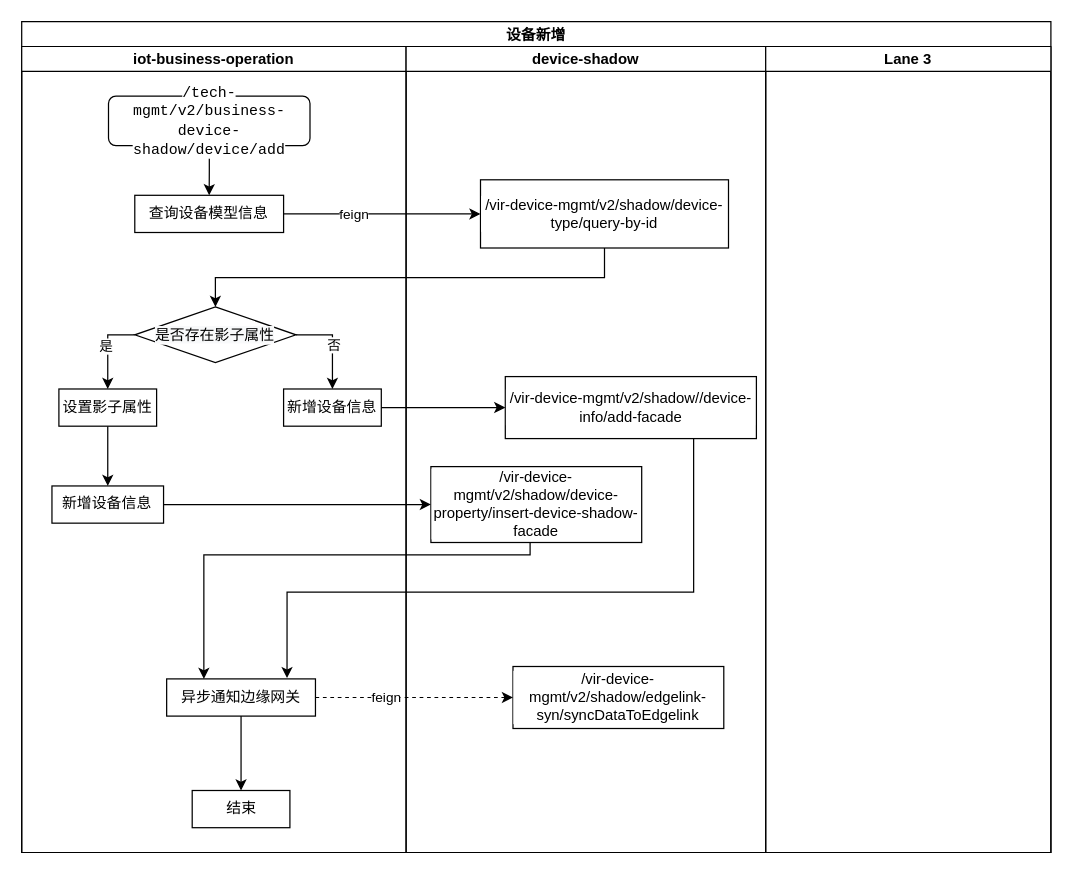
Before: page "设备新增" (3 of 3) of yzs/未命名绘图.drawio in yanglei1992/documents, a draw.io diagram. Source tidied: cells renumbered, new cells numbered last; positions are measured from the earlier drawing's top-left corner, leaving out a move shared by most shapes. Both pictures are drawn from the tidied source at 124%, with x=0, y=0 at pixel (21, 21).
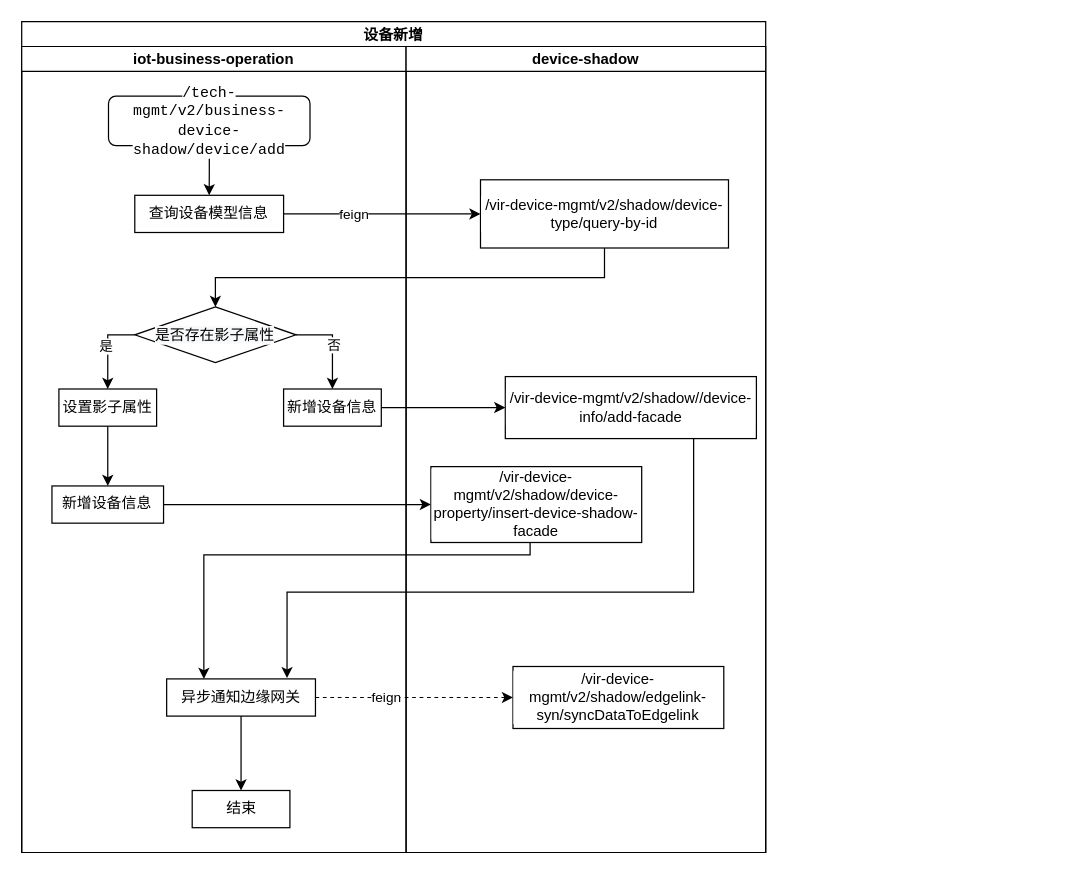
The same page after the edit.

Commit message (it also covers changes not shown here):
更新未命名绘图.drawio

What changed in the source:
```diff
@@
     <mxCell id="2" value="设备新增" style="swimlane;startSize=20;" parent="1" vertex="1">
-      <mxGeometry width="830" height="670" as="geometry" />
+      <mxGeometry width="600" height="670" as="geometry" />
     </mxCell>
@@
-    <mxCell id="26" value="Lane 3" style="swimlane;startSize=20;" parent="2" vertex="1">
-      <mxGeometry x="600" y="20" width="230" height="650" as="geometry" />
-    </mxCell>
```
